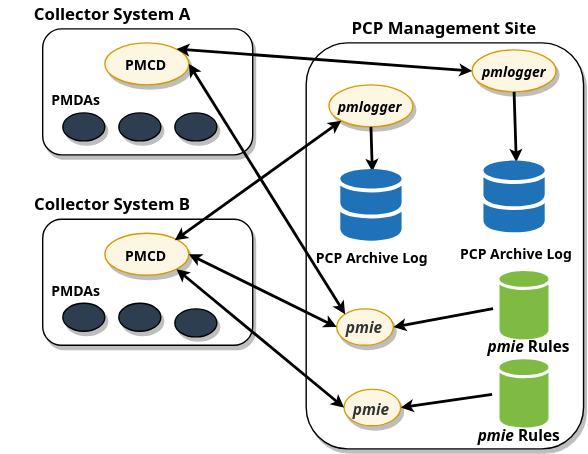
This is images/designated-manager.svg from performancecopilot/pcp, a draw.io export, as it was before one commit. Source tidied: cells renumbered, new cells last; positions are measured from the earlier drawing's top-left corner, leaving out a move shared by most shapes. Its diagram source:
```xml
<mxGraphModel>
  <root>
    <mxCell id="0" />
    <mxCell id="1" parent="0" />
    <mxCell id="2" style="rounded=1;whiteSpace=wrap;html=1;shadow=1;fontStyle=1;fontSize=10;fontFamily=Sans;" parent="1" vertex="1">
      <mxGeometry x="218.2" y="30" width="198.1" height="290" as="geometry" />
    </mxCell>
    <mxCell id="3" style="rounded=1;whiteSpace=wrap;html=1;shadow=1;fontStyle=1;fontSize=10;fontFamily=Sans;" parent="1" vertex="1">
      <mxGeometry x="30" y="20" width="150" height="90" as="geometry" />
    </mxCell>
    <mxCell id="4" style="ellipse;whiteSpace=wrap;html=1;shadow=1;fontStyle=1;fontSize=10;fillColor=#FDF6E3;strokeColor=#D79B00;fontFamily=Sans;" parent="1" vertex="1">
      <mxGeometry x="74.4" y="30" width="60" height="30" as="geometry" />
    </mxCell>
    <mxCell id="5" style="ellipse;whiteSpace=wrap;html=1;fontColor=#333333;shadow=1;fontStyle=1;fontSize=10;fillColor=#2C3E50;fontFamily=Sans;" parent="1" vertex="1">
      <mxGeometry x="44.4" y="80" width="30" height="20" as="geometry" />
    </mxCell>
    <mxCell id="6" value="PMCD" style="text;html=1;strokeColor=none;align=center;verticalAlign=middle;whiteSpace=wrap;rounded=0;shadow=0;fontStyle=1;fontSize=10;fillColor=#FDF6E3;fontFamily=Sans;" parent="1" vertex="1">
      <mxGeometry x="84.4" y="35" width="40" height="20" as="geometry" />
    </mxCell>
    <mxCell id="7" value="PMDAs" style="text;html=1;strokeColor=none;fillColor=none;align=center;verticalAlign=middle;whiteSpace=wrap;rounded=0;shadow=1;fontStyle=1;fontSize=10;fontFamily=Sans;" parent="1" vertex="1">
      <mxGeometry x="34.4" y="60" width="40" height="20" as="geometry" />
    </mxCell>
    <mxCell id="8" value="&lt;font style=&quot;font-size: 12px&quot;&gt;Collector System A&lt;/font&gt;" style="text;html=1;strokeColor=none;fillColor=none;align=center;verticalAlign=middle;whiteSpace=wrap;rounded=0;shadow=1;fontStyle=1;fontSize=10;fontFamily=Sans;" parent="1" vertex="1">
      <mxGeometry width="160" height="20" as="geometry" />
    </mxCell>
    <mxCell id="9" style="ellipse;whiteSpace=wrap;html=1;shadow=1;fontStyle=1;fontSize=10;fillColor=#FDF6E3;strokeColor=#D79B00;fontFamily=Sans;" parent="1" vertex="1">
      <mxGeometry x="336.7" y="35" width="60" height="30" as="geometry" />
    </mxCell>
    <mxCell id="10" value="&lt;font style=&quot;font-size: 12px&quot;&gt;PCP Management Site&lt;/font&gt;" style="text;html=1;strokeColor=none;fillColor=none;align=center;verticalAlign=middle;whiteSpace=wrap;rounded=0;shadow=1;fontStyle=1;fontSize=10;fontFamily=Sans;" parent="1" vertex="1">
      <mxGeometry x="230.4" y="10" width="173.8" height="20" as="geometry" />
    </mxCell>
    <mxCell id="11" value="&lt;i&gt;pmlogger&lt;/i&gt;" style="text;html=1;strokeColor=none;fillColor=none;align=center;verticalAlign=middle;whiteSpace=wrap;rounded=0;shadow=1;fontSize=10;fontStyle=1;fontFamily=Sans;" parent="1" vertex="1">
      <mxGeometry x="346.7" y="40" width="40" height="20" as="geometry" />
    </mxCell>
    <mxCell id="12" style="ellipse;whiteSpace=wrap;html=1;shadow=1;fontStyle=1;fontSize=10;fillColor=#FDF6E3;strokeColor=#D79B00;fontFamily=Sans;" parent="1" vertex="1">
      <mxGeometry x="234.5" y="60" width="60" height="30" as="geometry" />
    </mxCell>
    <mxCell id="13" value="&lt;i&gt;pmlogger&lt;/i&gt;" style="text;html=1;strokeColor=none;fillColor=none;align=center;verticalAlign=middle;whiteSpace=wrap;rounded=0;shadow=1;fontSize=10;fontStyle=1;fontFamily=Sans;" parent="1" vertex="1">
      <mxGeometry x="244.5" y="65" width="40" height="20" as="geometry" />
    </mxCell>
    <mxCell id="14" style="endArrow=classic;html=1;shadow=0;strokeWidth=2;fontSize=10;exitX=0.5;exitY=1;exitDx=0;exitDy=0;entryX=0.5;entryY=0;entryDx=0;entryDy=0;fontStyle=1;endSize=3;startSize=3;fontFamily=Sans;" parent="1" edge="1" source="12">
      <mxGeometry relative="1" as="geometry">
        <mxPoint x="265.5" y="122" as="targetPoint" />
      </mxGeometry>
    </mxCell>
    <mxCell id="15" style="endArrow=classic;html=1;shadow=0;strokeWidth=2;fontSize=10;exitX=0.5;exitY=1;exitDx=0;exitDy=0;fontStyle=1;endSize=3;startSize=3;fontFamily=Sans;" parent="1" edge="1" source="9">
      <mxGeometry relative="1" as="geometry">
        <mxPoint x="368.3" y="115" as="targetPoint" />
      </mxGeometry>
    </mxCell>
    <mxCell id="16" value="PCP Archive Log" style="text;html=1;strokeColor=none;fillColor=none;align=center;verticalAlign=middle;whiteSpace=wrap;rounded=0;shadow=1;fontSize=10;fontStyle=1;fontFamily=Sans;" parent="1" vertex="1">
      <mxGeometry x="219.1" y="173" width="92.7" height="20" as="geometry" />
    </mxCell>
    <mxCell id="17" value="PCP Archive Log" style="text;html=1;strokeColor=none;fillColor=none;align=center;verticalAlign=middle;whiteSpace=wrap;rounded=0;shadow=1;fontSize=10;fontStyle=1;fontFamily=Sans;" parent="1" vertex="1">
      <mxGeometry x="321.8" y="170" width="92.7" height="20" as="geometry" />
    </mxCell>
    <mxCell id="18" style="rounded=1;whiteSpace=wrap;html=1;shadow=1;fontStyle=1;fontSize=10;fontFamily=Sans;" parent="1" vertex="1">
      <mxGeometry x="30" y="156" width="150" height="90" as="geometry" />
    </mxCell>
    <mxCell id="19" style="ellipse;whiteSpace=wrap;html=1;shadow=1;fontStyle=1;fontSize=10;fillColor=#FDF6E3;strokeColor=#D79B00;fontFamily=Sans;" parent="1" vertex="1">
      <mxGeometry x="74.4" y="166" width="60" height="30" as="geometry" />
    </mxCell>
    <mxCell id="20" value="PMCD" style="text;html=1;strokeColor=none;fillColor=none;align=center;verticalAlign=middle;whiteSpace=wrap;rounded=0;shadow=1;fontStyle=1;fontSize=10;fontFamily=Sans;" parent="1" vertex="1">
      <mxGeometry x="84.4" y="171" width="40" height="20" as="geometry" />
    </mxCell>
    <mxCell id="21" value="PMDAs" style="text;html=1;strokeColor=none;fillColor=none;align=center;verticalAlign=middle;whiteSpace=wrap;rounded=0;shadow=1;fontStyle=1;fontSize=10;fontFamily=Sans;" parent="1" vertex="1">
      <mxGeometry x="34.4" y="196" width="40" height="20" as="geometry" />
    </mxCell>
    <mxCell id="22" value="&lt;font style=&quot;font-size: 12px&quot;&gt;Collector System B&lt;/font&gt;" style="text;html=1;strokeColor=none;fillColor=none;align=center;verticalAlign=middle;whiteSpace=wrap;rounded=0;shadow=1;fontStyle=1;fontSize=10;fontFamily=Sans;" parent="1" vertex="1">
      <mxGeometry y="136" width="160" height="20" as="geometry" />
    </mxCell>
    <mxCell id="23" value="&lt;i style=&quot;font-size: 11px;&quot;&gt;pmie&lt;/i&gt;" style="ellipse;whiteSpace=wrap;html=1;fontColor=#333333;shadow=1;fontStyle=1;fontSize=11;fillColor=#FDF6E3;strokeColor=#D79B00;fontFamily=Sans;labelBackgroundColor=none;" parent="1" vertex="1">
      <mxGeometry x="240" y="220" width="40.5" height="26" as="geometry" />
    </mxCell>
    <mxCell id="24" value="&lt;i style=&quot;font-size: 11px;&quot;&gt;pmie &lt;/i&gt;Rules" style="text;html=1;strokeColor=none;fillColor=none;align=center;verticalAlign=middle;whiteSpace=wrap;rounded=0;shadow=1;fontSize=11;fontStyle=1;fontFamily=Sans;" parent="1" vertex="1">
      <mxGeometry x="346.7" y="236" width="60.7" height="20" as="geometry" />
    </mxCell>
    <mxCell id="25" value="&lt;i style=&quot;font-size: 11px;&quot;&gt;pmie &lt;/i&gt;Rules" style="text;html=1;strokeColor=none;fillColor=none;align=center;verticalAlign=middle;whiteSpace=wrap;rounded=0;shadow=1;fontSize=11;fontStyle=1;fontFamily=Sans;" parent="1" vertex="1">
      <mxGeometry x="340.2" y="300" width="60.7" height="20" as="geometry" />
    </mxCell>
    <mxCell id="26" style="endArrow=classic;html=1;shadow=0;strokeWidth=2;fontSize=11;entryX=1;entryY=0.5;entryDx=0;entryDy=0;endSize=3;startSize=3;fontFamily=Sans;" parent="1" edge="1" target="23">
      <mxGeometry relative="1" as="geometry">
        <mxPoint x="351.7" y="219.8" as="sourcePoint" />
      </mxGeometry>
    </mxCell>
    <mxCell id="27" style="endArrow=classic;html=1;shadow=0;strokeWidth=2;fontSize=11;entryX=1;entryY=0.5;entryDx=0;entryDy=0;startSize=3;endSize=3;fontFamily=Sans;" parent="1" edge="1" target="28">
      <mxGeometry relative="1" as="geometry">
        <mxPoint x="351" y="281" as="sourcePoint" />
      </mxGeometry>
    </mxCell>
    <mxCell id="28" value="&lt;i style=&quot;font-size: 11px;&quot;&gt;pmie&lt;/i&gt;" style="ellipse;whiteSpace=wrap;html=1;fontColor=#333333;shadow=1;fontStyle=1;fontSize=11;fillColor=#FDF6E3;strokeColor=#D79B00;fontFamily=Sans;" parent="1" vertex="1">
      <mxGeometry x="245.2" y="277.5" width="40.5" height="26" as="geometry" />
    </mxCell>
    <mxCell id="29" style="endArrow=classic;startArrow=classic;html=1;shadow=0;strokeWidth=2;fontSize=10;entryX=1;entryY=0;entryDx=0;entryDy=0;exitX=0;exitY=0.5;exitDx=0;exitDy=0;endSize=3;startSize=3;fontFamily=Sans;" parent="1" edge="1" source="9" target="4">
      <mxGeometry relative="1" as="geometry" />
    </mxCell>
    <mxCell id="30" style="endArrow=classic;startArrow=classic;html=1;shadow=0;strokeWidth=2;fontSize=10;exitX=1;exitY=0.5;exitDx=0;exitDy=0;entryX=0;entryY=0;entryDx=0;entryDy=0;endSize=3;startSize=3;fontFamily=Sans;" parent="1" edge="1" source="4" target="23">
      <mxGeometry relative="1" as="geometry" />
    </mxCell>
    <mxCell id="31" style="endArrow=classic;startArrow=classic;html=1;shadow=0;strokeWidth=2;fontSize=10;exitX=1;exitY=0.5;exitDx=0;exitDy=0;entryX=0;entryY=0.5;entryDx=0;entryDy=0;endSize=3;startSize=3;fontFamily=Sans;" parent="1" edge="1" source="19" target="23">
      <mxGeometry relative="1" as="geometry" />
    </mxCell>
    <mxCell id="32" style="endArrow=classic;startArrow=classic;html=1;shadow=0;strokeWidth=2;fontSize=10;exitX=1;exitY=1;exitDx=0;exitDy=0;entryX=0;entryY=0.5;entryDx=0;entryDy=0;startSize=3;endSize=3;fontFamily=Sans;" parent="1" edge="1" source="19" target="28">
      <mxGeometry relative="1" as="geometry" />
    </mxCell>
    <mxCell id="33" style="endArrow=classic;startArrow=classic;html=1;shadow=0;strokeWidth=2;fontSize=10;exitX=1;exitY=0;exitDx=0;exitDy=0;entryX=0;entryY=1;entryDx=0;entryDy=0;endSize=3;startSize=3;fontFamily=Sans;" parent="1" edge="1" source="20" target="12">
      <mxGeometry relative="1" as="geometry" />
    </mxCell>
    <mxCell id="34" style="ellipse;whiteSpace=wrap;html=1;fontColor=#333333;shadow=1;fontStyle=1;fontSize=10;fillColor=#2C3E50;fontFamily=Sans;" parent="1" vertex="1">
      <mxGeometry x="84.4" y="80" width="30" height="20" as="geometry" />
    </mxCell>
    <mxCell id="35" style="ellipse;whiteSpace=wrap;html=1;fontColor=#333333;shadow=1;fontStyle=1;fontSize=10;fillColor=#2C3E50;fontFamily=Sans;" parent="1" vertex="1">
      <mxGeometry x="124.4" y="80" width="30" height="20" as="geometry" />
    </mxCell>
    <mxCell id="36" style="ellipse;whiteSpace=wrap;html=1;fontColor=#333333;shadow=1;fontStyle=1;fontSize=10;fillColor=#2C3E50;fontFamily=Sans;" parent="1" vertex="1">
      <mxGeometry x="124.4" y="220" width="30" height="20" as="geometry" />
    </mxCell>
    <mxCell id="37" style="ellipse;whiteSpace=wrap;html=1;fontColor=#333333;shadow=1;fontStyle=1;fontSize=10;fillColor=#2C3E50;fontFamily=Sans;" parent="1" vertex="1">
      <mxGeometry x="84.4" y="216" width="30" height="20" as="geometry" />
    </mxCell>
    <mxCell id="38" style="ellipse;whiteSpace=wrap;html=1;fontColor=#333333;shadow=1;fontStyle=1;fontSize=10;fillColor=#2C3E50;fontFamily=Sans;" parent="1" vertex="1">
      <mxGeometry x="44.4" y="216" width="30" height="20" as="geometry" />
    </mxCell>
    <mxCell id="39" style="shadow=0;dashed=0;html=1;strokeColor=none;labelPosition=center;verticalLabelPosition=bottom;verticalAlign=top;align=center;shape=mxgraph.office.databases.database_mini_2;fillColor=#2072B8;fontFamily=Sans;" parent="1" vertex="1">
      <mxGeometry x="344.8" y="114" width="43.8" height="52" as="geometry" />
    </mxCell>
    <mxCell id="40" style="shadow=0;dashed=0;html=1;strokeColor=none;labelPosition=center;verticalLabelPosition=bottom;verticalAlign=top;align=center;shape=mxgraph.office.databases.database_mini_2;fillColor=#2072B8;fontFamily=Sans;" parent="1" vertex="1">
      <mxGeometry x="242.6" y="120" width="43.8" height="52" as="geometry" />
    </mxCell>
    <mxCell id="41" style="shadow=0;dashed=0;html=1;strokeColor=none;labelPosition=center;verticalLabelPosition=bottom;verticalAlign=top;align=center;shape=mxgraph.office.databases.database;fillColor=#7FBA42;fontFamily=Sans;fontSize=11;" parent="1" vertex="1">
      <mxGeometry x="356.3" y="193" width="35" height="49" as="geometry" />
    </mxCell>
    <mxCell id="42" style="shadow=0;dashed=0;html=1;strokeColor=none;labelPosition=center;verticalLabelPosition=bottom;verticalAlign=top;align=center;shape=mxgraph.office.databases.database;fillColor=#7FBA42;fontFamily=Sans;fontSize=11;" parent="1" vertex="1">
      <mxGeometry x="356.3" y="256" width="35" height="49" as="geometry" />
    </mxCell>
  </root>
</mxGraphModel>
```
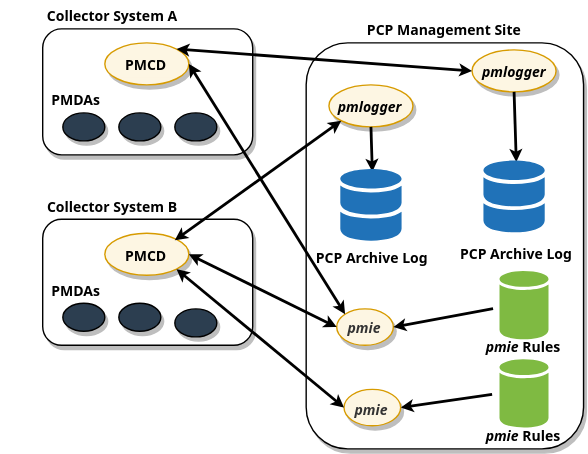
Later version of the same file.

Diff of the diagram source:
```diff
@@ -20,22 +20,22 @@
     <mxCell id="7" value="PMDAs" style="text;html=1;strokeColor=none;fillColor=none;align=center;verticalAlign=middle;whiteSpace=wrap;rounded=0;shadow=1;fontStyle=1;fontSize=10;fontFamily=Sans;" parent="1" vertex="1">
       <mxGeometry x="34.4" y="60" width="40" height="20" as="geometry" />
     </mxCell>
-    <mxCell id="8" value="&lt;font style=&quot;font-size: 12px&quot;&gt;Collector System A&lt;/font&gt;" style="text;html=1;strokeColor=none;fillColor=none;align=center;verticalAlign=middle;whiteSpace=wrap;rounded=0;shadow=1;fontStyle=1;fontSize=10;fontFamily=Sans;" parent="1" vertex="1">
+    <mxCell id="8" value="&lt;font style=&quot;font-size: 10px;&quot;&gt;Collector System A&lt;/font&gt;" style="text;html=1;strokeColor=none;fillColor=none;align=center;verticalAlign=middle;whiteSpace=wrap;rounded=0;shadow=1;fontStyle=1;fontSize=10;fontFamily=Sans;" parent="1" vertex="1">
       <mxGeometry width="160" height="20" as="geometry" />
     </mxCell>
     <mxCell id="9" style="ellipse;whiteSpace=wrap;html=1;shadow=1;fontStyle=1;fontSize=10;fillColor=#FDF6E3;strokeColor=#D79B00;fontFamily=Sans;" parent="1" vertex="1">
       <mxGeometry x="336.7" y="35" width="60" height="30" as="geometry" />
     </mxCell>
-    <mxCell id="10" value="&lt;font style=&quot;font-size: 12px&quot;&gt;PCP Management Site&lt;/font&gt;" style="text;html=1;strokeColor=none;fillColor=none;align=center;verticalAlign=middle;whiteSpace=wrap;rounded=0;shadow=1;fontStyle=1;fontSize=10;fontFamily=Sans;" parent="1" vertex="1">
+    <mxCell id="10" value="&lt;font style=&quot;font-size: 10px;&quot;&gt;PCP Management Site&lt;/font&gt;" style="text;html=1;strokeColor=none;fillColor=none;align=center;verticalAlign=middle;whiteSpace=wrap;rounded=0;shadow=1;fontStyle=1;fontSize=10;fontFamily=Sans;" parent="1" vertex="1">
       <mxGeometry x="230.4" y="10" width="173.8" height="20" as="geometry" />
     </mxCell>
-    <mxCell id="11" value="&lt;i&gt;pmlogger&lt;/i&gt;" style="text;html=1;strokeColor=none;fillColor=none;align=center;verticalAlign=middle;whiteSpace=wrap;rounded=0;shadow=1;fontSize=10;fontStyle=1;fontFamily=Sans;" parent="1" vertex="1">
+    <mxCell id="11" value="&lt;i style=&quot;font-size: 10px;&quot;&gt;pmlogger&lt;/i&gt;" style="text;html=1;strokeColor=none;fillColor=none;align=center;verticalAlign=middle;whiteSpace=wrap;rounded=0;shadow=1;fontSize=10;fontStyle=1;fontFamily=Sans;" parent="1" vertex="1">
       <mxGeometry x="346.7" y="40" width="40" height="20" as="geometry" />
     </mxCell>
     <mxCell id="12" style="ellipse;whiteSpace=wrap;html=1;shadow=1;fontStyle=1;fontSize=10;fillColor=#FDF6E3;strokeColor=#D79B00;fontFamily=Sans;" parent="1" vertex="1">
       <mxGeometry x="234.5" y="60" width="60" height="30" as="geometry" />
     </mxCell>
-    <mxCell id="13" value="&lt;i&gt;pmlogger&lt;/i&gt;" style="text;html=1;strokeColor=none;fillColor=none;align=center;verticalAlign=middle;whiteSpace=wrap;rounded=0;shadow=1;fontSize=10;fontStyle=1;fontFamily=Sans;" parent="1" vertex="1">
+    <mxCell id="13" value="&lt;i style=&quot;font-size: 10px;&quot;&gt;pmlogger&lt;/i&gt;" style="text;html=1;strokeColor=none;fillColor=none;align=center;verticalAlign=middle;whiteSpace=wrap;rounded=0;shadow=1;fontSize=10;fontStyle=1;fontFamily=Sans;" parent="1" vertex="1">
       <mxGeometry x="244.5" y="65" width="40" height="20" as="geometry" />
     </mxCell>
     <mxCell id="14" style="endArrow=classic;html=1;shadow=0;strokeWidth=2;fontSize=10;exitX=0.5;exitY=1;exitDx=0;exitDy=0;entryX=0.5;entryY=0;entryDx=0;entryDy=0;fontStyle=1;endSize=3;startSize=3;fontFamily=Sans;" parent="1" edge="1" source="12">
@@ -66,29 +66,29 @@
     <mxCell id="21" value="PMDAs" style="text;html=1;strokeColor=none;fillColor=none;align=center;verticalAlign=middle;whiteSpace=wrap;rounded=0;shadow=1;fontStyle=1;fontSize=10;fontFamily=Sans;" parent="1" vertex="1">
       <mxGeometry x="34.4" y="196" width="40" height="20" as="geometry" />
     </mxCell>
-    <mxCell id="22" value="&lt;font style=&quot;font-size: 12px&quot;&gt;Collector System B&lt;/font&gt;" style="text;html=1;strokeColor=none;fillColor=none;align=center;verticalAlign=middle;whiteSpace=wrap;rounded=0;shadow=1;fontStyle=1;fontSize=10;fontFamily=Sans;" parent="1" vertex="1">
+    <mxCell id="22" value="&lt;font style=&quot;font-size: 10px;&quot;&gt;Collector System B&lt;/font&gt;" style="text;html=1;strokeColor=none;fillColor=none;align=center;verticalAlign=middle;whiteSpace=wrap;rounded=0;shadow=1;fontStyle=1;fontSize=10;fontFamily=Sans;" parent="1" vertex="1">
       <mxGeometry y="136" width="160" height="20" as="geometry" />
     </mxCell>
-    <mxCell id="23" value="&lt;i style=&quot;font-size: 11px;&quot;&gt;pmie&lt;/i&gt;" style="ellipse;whiteSpace=wrap;html=1;fontColor=#333333;shadow=1;fontStyle=1;fontSize=11;fillColor=#FDF6E3;strokeColor=#D79B00;fontFamily=Sans;labelBackgroundColor=none;" parent="1" vertex="1">
+    <mxCell id="23" value="&lt;i style=&quot;font-size: 10px;&quot;&gt;pmie&lt;/i&gt;" style="ellipse;whiteSpace=wrap;html=1;fontColor=#333333;shadow=1;fontStyle=1;fontSize=10;fillColor=#FDF6E3;strokeColor=#D79B00;fontFamily=Sans;labelBackgroundColor=none;" parent="1" vertex="1">
       <mxGeometry x="240" y="220" width="40.5" height="26" as="geometry" />
     </mxCell>
-    <mxCell id="24" value="&lt;i style=&quot;font-size: 11px;&quot;&gt;pmie &lt;/i&gt;Rules" style="text;html=1;strokeColor=none;fillColor=none;align=center;verticalAlign=middle;whiteSpace=wrap;rounded=0;shadow=1;fontSize=11;fontStyle=1;fontFamily=Sans;" parent="1" vertex="1">
-      <mxGeometry x="346.7" y="236" width="60.7" height="20" as="geometry" />
+    <mxCell id="24" value="&lt;i style=&quot;font-size: 10px;&quot;&gt;pmie &lt;/i&gt;Rules" style="text;html=1;strokeColor=none;fillColor=none;align=center;verticalAlign=middle;whiteSpace=wrap;rounded=0;shadow=1;fontSize=10;fontStyle=1;fontFamily=Sans;" parent="1" vertex="1">
+      <mxGeometry x="335.1" y="236" width="77.4" height="20" as="geometry" />
     </mxCell>
-    <mxCell id="25" value="&lt;i style=&quot;font-size: 11px;&quot;&gt;pmie &lt;/i&gt;Rules" style="text;html=1;strokeColor=none;fillColor=none;align=center;verticalAlign=middle;whiteSpace=wrap;rounded=0;shadow=1;fontSize=11;fontStyle=1;fontFamily=Sans;" parent="1" vertex="1">
-      <mxGeometry x="340.2" y="300" width="60.7" height="20" as="geometry" />
+    <mxCell id="25" value="&lt;i style=&quot;font-size: 10px;&quot;&gt;pmie &lt;/i&gt;Rules" style="text;html=1;strokeColor=none;fillColor=none;align=center;verticalAlign=middle;whiteSpace=wrap;rounded=0;shadow=1;fontSize=10;fontStyle=1;fontFamily=Sans;" parent="1" vertex="1">
+      <mxGeometry x="338.3" y="300" width="70.9" height="20" as="geometry" />
     </mxCell>
-    <mxCell id="26" style="endArrow=classic;html=1;shadow=0;strokeWidth=2;fontSize=11;entryX=1;entryY=0.5;entryDx=0;entryDy=0;endSize=3;startSize=3;fontFamily=Sans;" parent="1" edge="1" target="23">
+    <mxCell id="26" style="endArrow=classic;html=1;shadow=0;strokeWidth=2;fontSize=10;entryX=1;entryY=0.5;entryDx=0;entryDy=0;endSize=3;startSize=3;fontFamily=Sans;" parent="1" edge="1" target="23">
       <mxGeometry relative="1" as="geometry">
         <mxPoint x="351.7" y="219.8" as="sourcePoint" />
       </mxGeometry>
     </mxCell>
-    <mxCell id="27" style="endArrow=classic;html=1;shadow=0;strokeWidth=2;fontSize=11;entryX=1;entryY=0.5;entryDx=0;entryDy=0;startSize=3;endSize=3;fontFamily=Sans;" parent="1" edge="1" target="28">
+    <mxCell id="27" style="endArrow=classic;html=1;shadow=0;strokeWidth=2;fontSize=10;entryX=1;entryY=0.5;entryDx=0;entryDy=0;startSize=3;endSize=3;fontFamily=Sans;" parent="1" edge="1" target="28">
       <mxGeometry relative="1" as="geometry">
         <mxPoint x="351" y="281" as="sourcePoint" />
       </mxGeometry>
     </mxCell>
-    <mxCell id="28" value="&lt;i style=&quot;font-size: 11px;&quot;&gt;pmie&lt;/i&gt;" style="ellipse;whiteSpace=wrap;html=1;fontColor=#333333;shadow=1;fontStyle=1;fontSize=11;fillColor=#FDF6E3;strokeColor=#D79B00;fontFamily=Sans;" parent="1" vertex="1">
+    <mxCell id="28" value="&lt;i style=&quot;font-size: 10px;&quot;&gt;pmie&lt;/i&gt;" style="ellipse;whiteSpace=wrap;html=1;fontColor=#333333;shadow=1;fontStyle=1;fontSize=10;fillColor=#FDF6E3;strokeColor=#D79B00;fontFamily=Sans;" parent="1" vertex="1">
       <mxGeometry x="245.2" y="277.5" width="40.5" height="26" as="geometry" />
     </mxCell>
     <mxCell id="29" style="endArrow=classic;startArrow=classic;html=1;shadow=0;strokeWidth=2;fontSize=10;entryX=1;entryY=0;entryDx=0;entryDy=0;exitX=0;exitY=0.5;exitDx=0;exitDy=0;endSize=3;startSize=3;fontFamily=Sans;" parent="1" edge="1" source="9" target="4">
@@ -121,16 +121,16 @@
     <mxCell id="38" style="ellipse;whiteSpace=wrap;html=1;fontColor=#333333;shadow=1;fontStyle=1;fontSize=10;fillColor=#2C3E50;fontFamily=Sans;" parent="1" vertex="1">
       <mxGeometry x="44.4" y="216" width="30" height="20" as="geometry" />
     </mxCell>
-    <mxCell id="39" style="shadow=0;dashed=0;html=1;strokeColor=none;labelPosition=center;verticalLabelPosition=bottom;verticalAlign=top;align=center;shape=mxgraph.office.databases.database_mini_2;fillColor=#2072B8;fontFamily=Sans;" parent="1" vertex="1">
+    <mxCell id="39" style="shadow=0;dashed=0;html=1;strokeColor=none;labelPosition=center;verticalLabelPosition=bottom;verticalAlign=top;align=center;shape=mxgraph.office.databases.database_mini_2;fillColor=#2072B8;fontFamily=Sans;fontSize=10;" parent="1" vertex="1">
       <mxGeometry x="344.8" y="114" width="43.8" height="52" as="geometry" />
     </mxCell>
-    <mxCell id="40" style="shadow=0;dashed=0;html=1;strokeColor=none;labelPosition=center;verticalLabelPosition=bottom;verticalAlign=top;align=center;shape=mxgraph.office.databases.database_mini_2;fillColor=#2072B8;fontFamily=Sans;" parent="1" vertex="1">
+    <mxCell id="40" style="shadow=0;dashed=0;html=1;strokeColor=none;labelPosition=center;verticalLabelPosition=bottom;verticalAlign=top;align=center;shape=mxgraph.office.databases.database_mini_2;fillColor=#2072B8;fontFamily=Sans;fontSize=10;" parent="1" vertex="1">
       <mxGeometry x="242.6" y="120" width="43.8" height="52" as="geometry" />
     </mxCell>
-    <mxCell id="41" style="shadow=0;dashed=0;html=1;strokeColor=none;labelPosition=center;verticalLabelPosition=bottom;verticalAlign=top;align=center;shape=mxgraph.office.databases.database;fillColor=#7FBA42;fontFamily=Sans;fontSize=11;" parent="1" vertex="1">
+    <mxCell id="41" style="shadow=0;dashed=0;html=1;strokeColor=none;labelPosition=center;verticalLabelPosition=bottom;verticalAlign=top;align=center;shape=mxgraph.office.databases.database;fillColor=#7FBA42;fontFamily=Sans;fontSize=10;" parent="1" vertex="1">
       <mxGeometry x="356.3" y="193" width="35" height="49" as="geometry" />
     </mxCell>
-    <mxCell id="42" style="shadow=0;dashed=0;html=1;strokeColor=none;labelPosition=center;verticalLabelPosition=bottom;verticalAlign=top;align=center;shape=mxgraph.office.databases.database;fillColor=#7FBA42;fontFamily=Sans;fontSize=11;" parent="1" vertex="1">
+    <mxCell id="42" style="shadow=0;dashed=0;html=1;strokeColor=none;labelPosition=center;verticalLabelPosition=bottom;verticalAlign=top;align=center;shape=mxgraph.office.databases.database;fillColor=#7FBA42;fontFamily=Sans;fontSize=10;" parent="1" vertex="1">
       <mxGeometry x="356.3" y="256" width="35" height="49" as="geometry" />
     </mxCell>
   </root>
```
